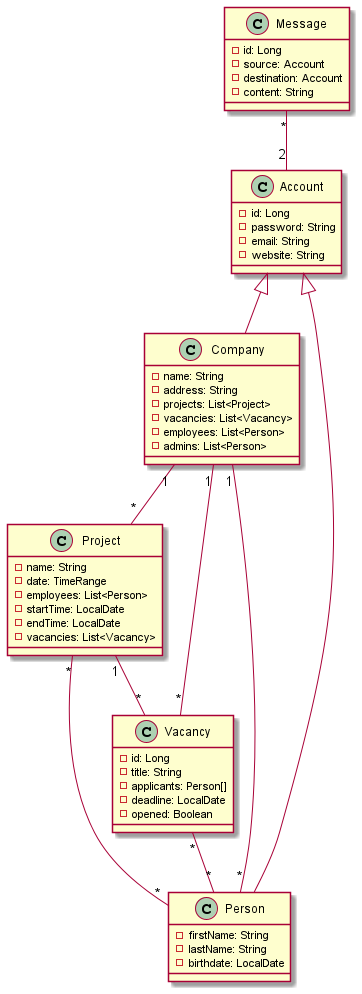
DirectorsView/documentation keeps this PlantUML diagram as cld/cld.png. Above is the earlier version.
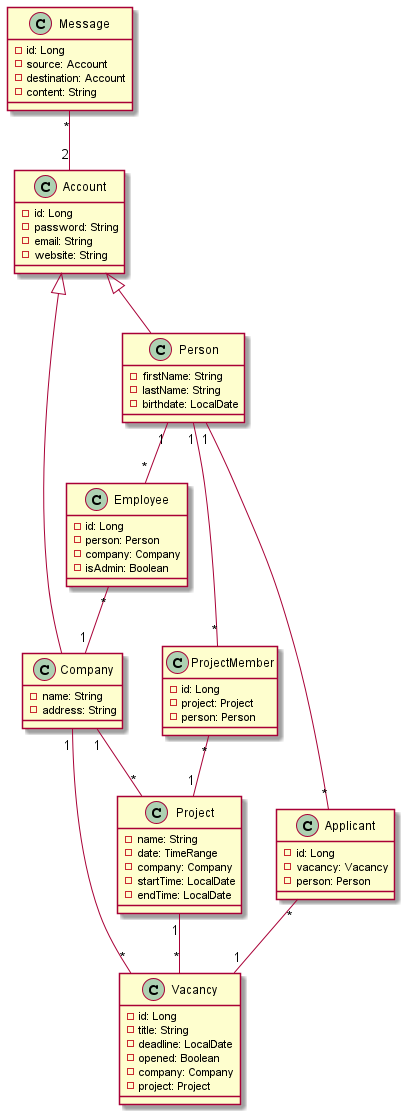
Above is the later version.

Commit message:
update rendered cld

The edit, as a diff of the source:
```diff
@@ -10,19 +10,14 @@
 class Company {
 - name: String
 - address: String
-- projects: List<Project>
-- vacancies: List<Vacancy>
-- employees: List<Person>
-- admins: List<Person>
 }
 
 class Project {
 - name: String
 - date: TimeRange
-- employees: List<Person>
+- company: Company
 - startTime: LocalDate
 - endTime: LocalDate
-- vacancies: List<Vacancy>
 }
 
 class Person {
@@ -31,12 +26,19 @@
 - birthdate: LocalDate
 }
 
+class ProjectMember {
+- id: Long
+- project: Project
+- person: Person
+}
+
 class Vacancy {
 - id: Long
 - title: String
-- applicants: Person[]
 - deadline: LocalDate
 - opened: Boolean
+- company: Company
+- project: Project
 }
 
 class Message {
@@ -46,13 +48,29 @@
 - content: String
 }
 
+class Employee {
+- id: Long
+- person: Person
+- company: Company
+- isAdmin: Boolean
+}
+
+class Applicant {
+- id: Long
+- vacancy: Vacancy
+- person: Person
+}
+
 Account <|-- Company
 Account <|-- Person
 Company "1" -- "*" Project
 Company "1" -- "*" Vacancy
-Vacancy "*" -- "*"Person
+Applicant "*" -- "1" Vacancy
+Person "1" -- "*" Applicant
 Message "*" -- "2" Account
-Project "*" -- "*" Person
 Project "1" -- "*" Vacancy
-Person "*" -- "1" Company
+Employee "*" -- "1" Company
+Person "1" -- "*" Employee
+ProjectMember "*" -- "1" Project
+Person "1" -- "*" ProjectMember
 @enduml
```
